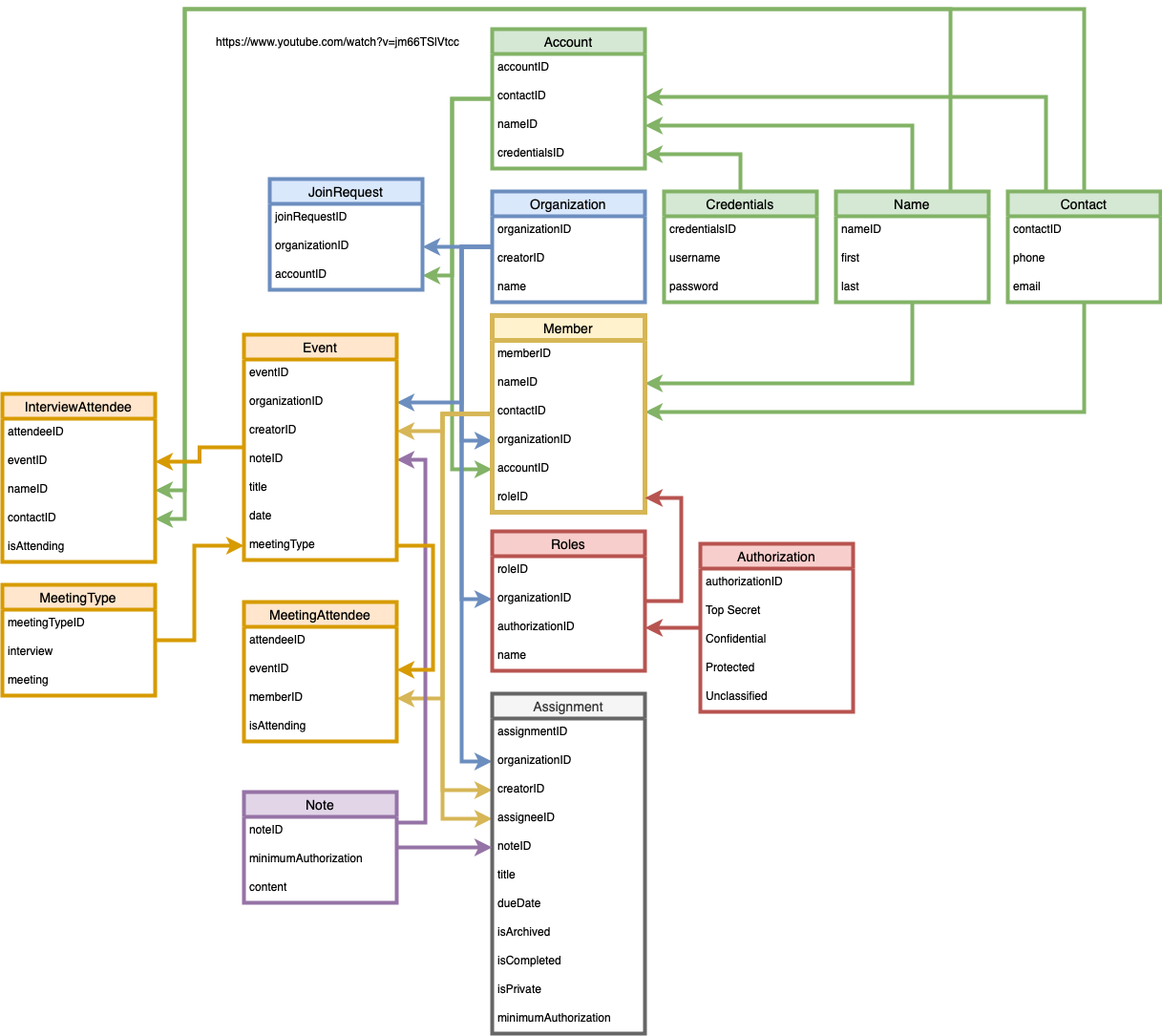
This is charts/Firestore DB.png from mcgaryp/Bishopric-Assistant, a draw.io export, as it was before one commit. Source tidied: cells renumbered, new cells last; positions are measured from the earlier drawing's top-left corner, leaving out a move shared by most shapes.
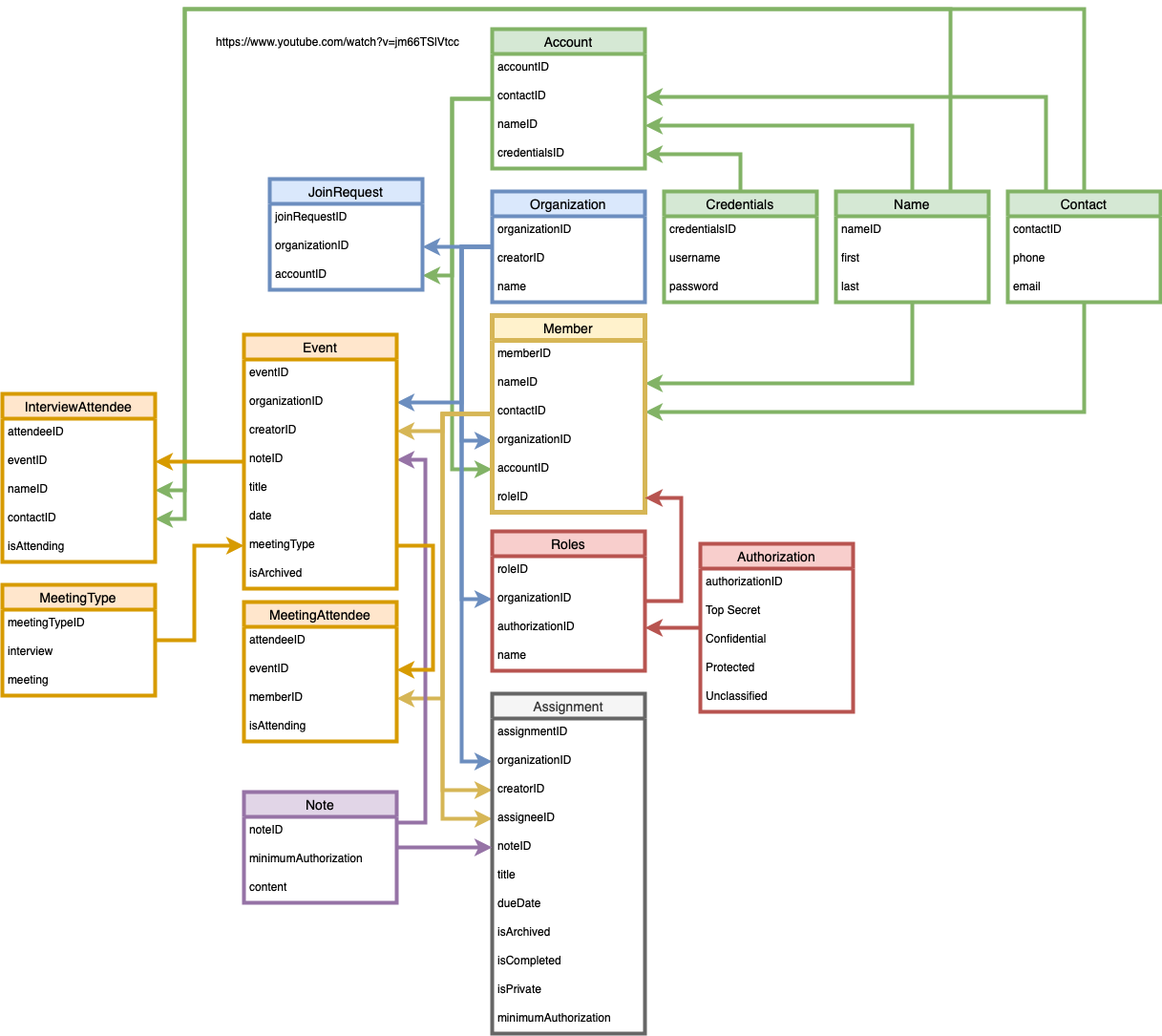
Above is the later version.

Change to the diagram source:
```diff
@@ -325,7 +325,7 @@
       <mxGeometry relative="1" as="geometry" />
     </mxCell>
     <mxCell id="82" value="Event" style="swimlane;fontStyle=0;horizontal=1;startSize=26;align=center;fontSize=14;fillColor=#ffe6cc;strokeColor=#d79b00;strokeWidth=4;" parent="1" vertex="1">
-      <mxGeometry x="253" y="341" width="160" height="236" as="geometry" />
+      <mxGeometry x="253" y="341" width="160" height="266" as="geometry" />
     </mxCell>
     <mxCell id="83" value="eventID" style="text;strokeColor=none;fillColor=none;spacingLeft=4;spacingRight=4;overflow=hidden;fontSize=12;" parent="82" vertex="1">
       <mxGeometry y="26" width="160" height="30" as="geometry" />
@@ -348,6 +348,9 @@
     <mxCell id="89" value="meetingType" style="text;strokeColor=none;fillColor=none;spacingLeft=4;spacingRight=4;overflow=hidden;points=[[0,0.5],[1,0.5]];portConstraint=eastwest;fontSize=12;" parent="82" vertex="1">
       <mxGeometry y="206" width="160" height="30" as="geometry" />
     </mxCell>
+    <mxCell id="110" value="isArchived" style="text;strokeColor=none;fillColor=none;spacingLeft=4;spacingRight=4;overflow=hidden;fontSize=12;" parent="82" vertex="1">
+      <mxGeometry y="236" width="160" height="30" as="geometry" />
+    </mxCell>
     <mxCell id="90" value="MeetingAttendee" style="swimlane;fontStyle=0;horizontal=1;startSize=26;align=center;fontSize=14;fillColor=#ffe6cc;strokeColor=#d79b00;strokeWidth=4;" parent="1" vertex="1">
       <mxGeometry x="253" y="621" width="160" height="146" as="geometry" />
     </mxCell>
```
